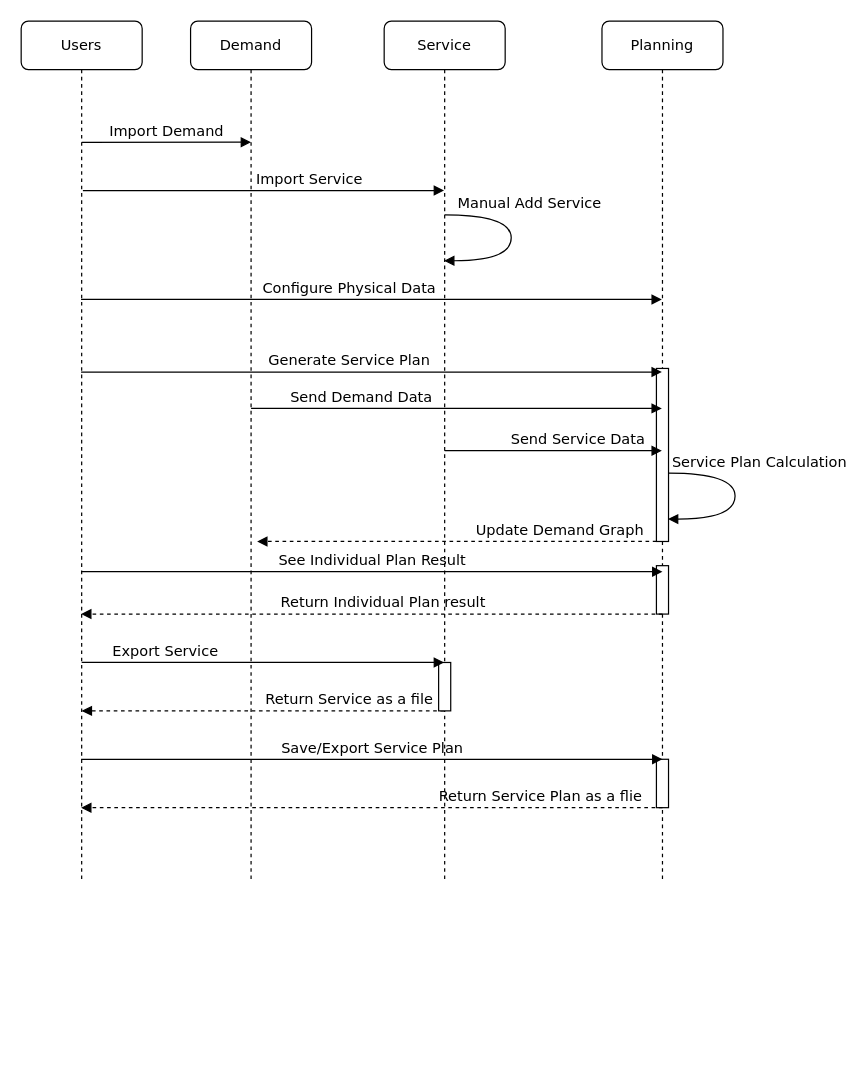
atchapcyp/service_plan_form keeps this draw.io diagram as Service_plan_form/Resources/Untitled Diagram.drawio. Above is the earlier version. Source tidied: cells renumbered, new cells numbered last; positions are measured from the earlier drawing's top-left corner, leaving out a move shared by most shapes. Both pictures are drawn from the tidied source at 121%, with x=0, y=0 at pixel (21, 21).
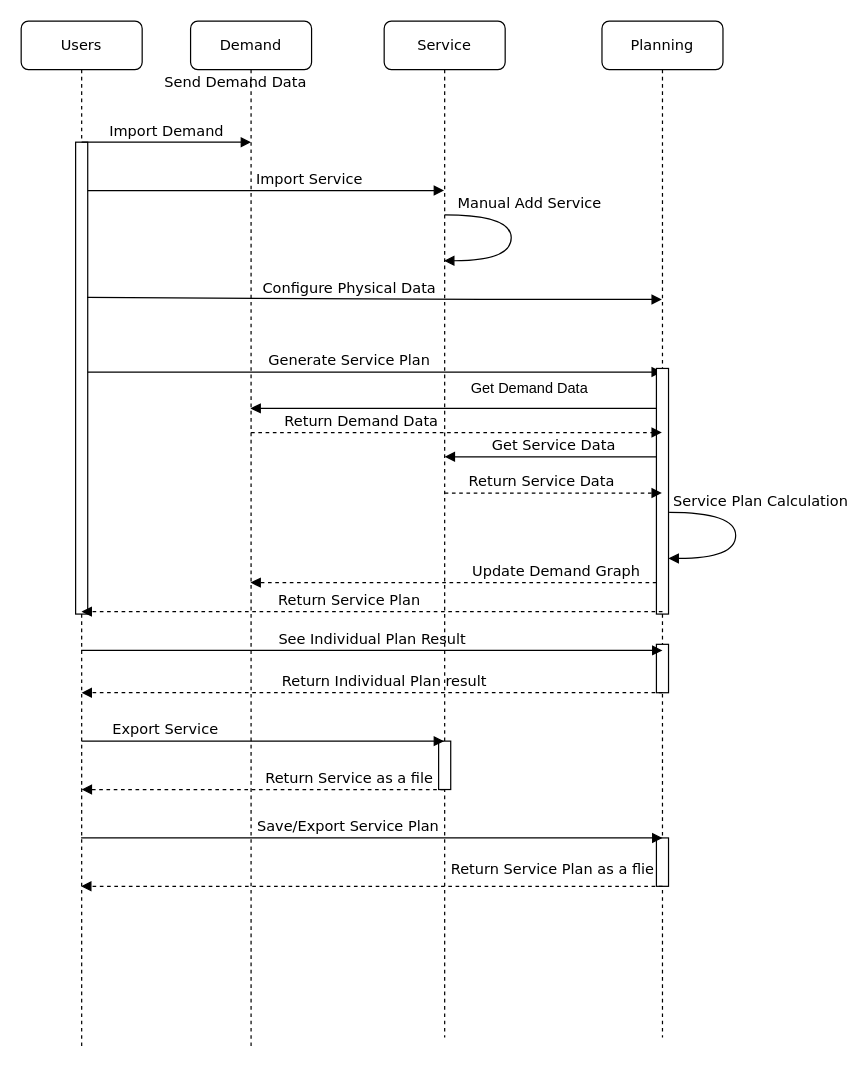
Above is the later version.

The edit, as a diff of the source:
```diff
@@
+    <mxCell id="12" value="Import Service" style="html=1;verticalAlign=bottom;endArrow=block;labelBackgroundColor=none;fontFamily=Verdana;fontSize=12;edgeStyle=elbowEdgeStyle;elbow=vertical;" parent="1" edge="1" target="3">
+      <mxGeometry x="0.25" relative="1" as="geometry">
+        <mxPoint x="51" y="140" as="sourcePoint" />
+      </mxGeometry>
+    </mxCell>
+    <mxCell id="15" value="Generate Service Plan" style="html=1;verticalAlign=bottom;endArrow=block;labelBackgroundColor=none;fontFamily=Verdana;fontSize=12;" parent="1" edge="1" source="8" target="4">
+      <mxGeometry x="0.17" y="-60" relative="1" as="geometry">
+        <Array as="points">
+          <mxPoint x="330" y="290" />
+        </Array>
+        <mxPoint x="-60" y="-60" as="offset" />
+      </mxGeometry>
+    </mxCell>
     <mxCell id="2" value="Demand" style="shape=umlLifeline;perimeter=lifelinePerimeter;whiteSpace=wrap;html=1;outlineConnect=0;rounded=1;shadow=0;comic=0;labelBackgroundColor=none;strokeColor=#000000;strokeWidth=1;fillColor=#FFFFFF;fontFamily=Verdana;fontSize=12;fontColor=#000000;align=center;" parent="1" vertex="1">
-      <mxGeometry x="140" width="100" height="710" as="geometry" />
+      <mxGeometry x="140" width="100" height="850" as="geometry" />
     </mxCell>
     <mxCell id="3" value="Service" style="shape=umlLifeline;perimeter=lifelinePerimeter;whiteSpace=wrap;html=1;outlineConnect=0;rounded=1;shadow=0;comic=0;labelBackgroundColor=none;strokeColor=#000000;strokeWidth=1;fillColor=#FFFFFF;fontFamily=Verdana;fontSize=12;fontColor=#000000;align=center;" parent="1" vertex="1">
-      <mxGeometry x="300" width="100" height="710" as="geometry" />
+      <mxGeometry x="300" width="100" height="840" as="geometry" />
     </mxCell>
     <mxCell id="4" value="Planning" style="shape=umlLifeline;perimeter=lifelinePerimeter;whiteSpace=wrap;html=1;outlineConnect=0;rounded=1;shadow=0;comic=0;labelBackgroundColor=none;strokeColor=#000000;strokeWidth=1;fillColor=#FFFFFF;fontFamily=Verdana;fontSize=12;fontColor=#000000;align=center;" parent="1" vertex="1">
-      <mxGeometry x="480" width="100" height="710" as="geometry" />
+      <mxGeometry x="480" width="100" height="840" as="geometry" />
     </mxCell>
     <mxCell id="5" style="html=1;points=[];perimeter=orthogonalPerimeter;rounded=0;shadow=0;comic=0;labelBackgroundColor=none;strokeColor=#000000;strokeWidth=1;fillColor=#FFFFFF;fontFamily=Verdana;fontSize=12;fontColor=#000000;align=center;" parent="4" vertex="1">
-      <mxGeometry x="45" y="287" width="10" height="143" as="geometry" />
+      <mxGeometry x="45" y="287" width="10" height="203" as="geometry" />
     </mxCell>
     <mxCell id="6" style="html=1;perimeter=orthogonalPerimeter;rounded=0;shadow=0;comic=0;labelBackgroundColor=none;strokeColor=#000000;strokeWidth=1;fillColor=#FFFFFF;fontFamily=Verdana;fontSize=12;fontColor=#000000;align=center;" parent="4" vertex="1">
-      <mxGeometry x="45" y="450" width="10" height="40" as="geometry" />
+      <mxGeometry x="45" y="515" width="10" height="40" as="geometry" />
     </mxCell>
     <mxCell id="7" style="html=1;perimeter=orthogonalPerimeter;rounded=0;shadow=0;comic=0;labelBackgroundColor=none;strokeColor=#000000;strokeWidth=1;fillColor=#FFFFFF;fontFamily=Verdana;fontSize=12;fontColor=#000000;align=center;" parent="4" vertex="1">
-      <mxGeometry x="45" y="610" width="10" height="40" as="geometry" />
+      <mxGeometry x="45" y="675" width="10" height="40" as="geometry" />
     </mxCell>
     <mxCell id="8" value="Users" style="shape=umlLifeline;perimeter=lifelinePerimeter;whiteSpace=wrap;html=1;outlineConnect=0;rounded=1;shadow=0;comic=0;labelBackgroundColor=none;strokeColor=#000000;strokeWidth=1;fillColor=#FFFFFF;fontFamily=Verdana;fontSize=12;fontColor=#000000;align=center;" parent="1" vertex="1">
-      <mxGeometry width="100" height="710" as="geometry" />
+      <mxGeometry width="100" height="850" as="geometry" />
     </mxCell>
+    <mxCell id="25" style="html=1;points=[];perimeter=orthogonalPerimeter;rounded=0;shadow=0;comic=0;labelBackgroundColor=none;strokeColor=#000000;strokeWidth=1;fillColor=#FFFFFF;fontFamily=Verdana;fontSize=12;fontColor=#000000;align=center;" parent="8" vertex="1">
+      <mxGeometry x="45" y="100" width="10" height="390" as="geometry" />
+    </mxCell>
-    <mxCell id="9" value="Send Service Data" style="html=1;verticalAlign=bottom;endArrow=block;labelBackgroundColor=none;fontFamily=Verdana;fontSize=12;edgeStyle=elbowEdgeStyle;elbow=vertical;" parent="1" edge="1" target="4">
-      <mxGeometry x="0.23" relative="1" as="geometry">
-        <mxPoint x="350" y="355" as="sourcePoint" />
+    <mxCell id="9" value="Return Service Data" style="html=1;verticalAlign=bottom;endArrow=block;labelBackgroundColor=none;fontFamily=Verdana;fontSize=12;edgeStyle=elbowEdgeStyle;elbow=vertical;dashed=1;" parent="1" edge="1" target="4">
+      <mxGeometry x="-0.11" relative="1" as="geometry">
+        <mxPoint x="350" y="390" as="sourcePoint" />
         <Array as="points">
+          <mxPoint x="430" y="390" />
+          <mxPoint x="410" y="430" />
           <mxPoint x="390" y="355" />
           <mxPoint x="370" y="340" />
           <mxPoint x="380" y="350" />
           <mxPoint x="380" y="340" />
           <mxPoint x="380" y="355" />
           <mxPoint x="450" y="350" />
           <mxPoint x="420" y="420" />
           <mxPoint x="450" y="240" />
           <mxPoint x="360" y="160" />
         </Array>
       </mxGeometry>
     </mxCell>
-    <mxCell id="10" value="Configure Physical Data" style="html=1;verticalAlign=bottom;endArrow=block;labelBackgroundColor=none;fontFamily=Verdana;fontSize=12;" parent="1" edge="1" source="8" target="4">
+    <mxCell id="10" value="Configure Physical Data" style="html=1;verticalAlign=bottom;endArrow=block;labelBackgroundColor=none;fontFamily=Verdana;fontSize=12;exitX=0.943;exitY=0.329;exitDx=0;exitDy=0;exitPerimeter=0;" parent="1" edge="1" source="25" target="4">
       <mxGeometry x="0.42" y="-120" relative="1" as="geometry">
         <Array as="points">
           <mxPoint x="390" y="230" />
         </Array>
         <mxPoint x="-120" y="-120" as="offset" />
       </mxGeometry>
     </mxCell>
-    <mxCell id="11" value="Import Demand" style="html=1;verticalAlign=bottom;endArrow=block;labelBackgroundColor=none;fontFamily=Verdana;fontSize=12;edgeStyle=elbowEdgeStyle;elbow=vertical;exitX=0.5;exitY=0.141;exitDx=0;exitDy=0;exitPerimeter=0;" parent="1" edge="1" source="8">
+    <mxCell id="11" value="Import Demand" style="html=1;verticalAlign=bottom;endArrow=block;labelBackgroundColor=none;fontFamily=Verdana;fontSize=12;edgeStyle=elbowEdgeStyle;elbow=vertical;" parent="1" edge="1">
       <mxGeometry relative="1" as="geometry">
+        <mxPoint x="50" y="100" as="sourcePoint" />
         <mxPoint x="190" y="100" as="targetPoint" />
       </mxGeometry>
     </mxCell>
-    <mxCell id="12" value="Import Service" style="html=1;verticalAlign=bottom;endArrow=block;labelBackgroundColor=none;fontFamily=Verdana;fontSize=12;edgeStyle=elbowEdgeStyle;elbow=vertical;" parent="1" edge="1" target="3">
-      <mxGeometry x="0.25" relative="1" as="geometry">
-        <mxPoint x="51" y="140" as="sourcePoint" />
-      </mxGeometry>
-    </mxCell>
@@
-    <mxCell id="14" value="Send Demand Data" style="html=1;verticalAlign=bottom;endArrow=block;labelBackgroundColor=none;fontFamily=Verdana;fontSize=12;edgeStyle=elbowEdgeStyle;elbow=vertical;" parent="1" edge="1" target="4">
+    <mxCell id="14" value="Return Demand Data" style="html=1;verticalAlign=bottom;endArrow=block;labelBackgroundColor=none;fontFamily=Verdana;fontSize=12;edgeStyle=elbowEdgeStyle;elbow=vertical;dashed=1;" parent="1" edge="1" target="4">
       <mxGeometry x="0.3" y="-130" relative="1" as="geometry">
-        <mxPoint x="190" y="320" as="sourcePoint" />
+        <mxPoint x="190" y="340" as="sourcePoint" />
         <Array as="points">
-          <mxPoint x="380" y="320" />
+          <mxPoint x="380" y="340" />
           <mxPoint x="410" y="310" />
           <mxPoint x="210" y="390" />
           <mxPoint x="400" y="280" />
         </Array>
         <mxPoint x="-130" y="-130" as="offset" />
       </mxGeometry>
     </mxCell>
-    <mxCell id="15" value="Generate Service Plan" style="html=1;verticalAlign=bottom;endArrow=block;labelBackgroundColor=none;fontFamily=Verdana;fontSize=12;" parent="1" edge="1" source="8" target="4">
-      <mxGeometry x="0.17" y="-60" relative="1" as="geometry">
-        <Array as="points">
-          <mxPoint x="330" y="290" />
-        </Array>
-        <mxPoint x="-60" y="-60" as="offset" />
-      </mxGeometry>
-    </mxCell>
     <mxCell id="16" value="See Individual Plan Result" style="html=1;verticalAlign=bottom;endArrow=block;labelBackgroundColor=none;fontFamily=Verdana;fontSize=12;edgeStyle=elbowEdgeStyle;elbow=vertical;" parent="1" edge="1">
       <mxGeometry relative="1" as="geometry">
-        <mxPoint x="49.5" y="455" as="sourcePoint" />
-        <mxPoint x="530" y="455" as="targetPoint" />
+        <mxPoint x="49.5" y="520" as="sourcePoint" />
+        <mxPoint x="530" y="520" as="targetPoint" />
         <Array as="points">
-          <mxPoint x="430" y="455" />
+          <mxPoint x="430" y="520" />
         </Array>
       </mxGeometry>
     </mxCell>
-    <mxCell id="17" value="Return Individual Plan result" style="html=1;verticalAlign=bottom;endArrow=block;labelBackgroundColor=none;fontFamily=Verdana;fontSize=12;edgeStyle=elbowEdgeStyle;elbow=vertical;dashed=1;" parent="1" edge="1" target="8">
+    <mxCell id="17" value="Return Individual Plan result" style="html=1;verticalAlign=bottom;endArrow=block;labelBackgroundColor=none;fontFamily=Verdana;fontSize=12;edgeStyle=elbowEdgeStyle;elbow=vertical;dashed=1;" parent="1" edge="1">
       <mxGeometry x="-0.04" relative="1" as="geometry">
-        <mxPoint x="530" y="490" as="sourcePoint" />
+        <mxPoint x="530" y="555" as="sourcePoint" />
+        <mxPoint x="49.9" y="555" as="targetPoint" />
         <Array as="points">
-          <mxPoint x="130" y="490" />
-          <mxPoint x="310.5" y="480" />
-          <mxPoint x="310.5" y="610" />
-          <mxPoint x="320.5" y="570" />
+          <mxPoint x="130" y="555" />
+          <mxPoint x="310.5" y="545" />
+          <mxPoint x="310.5" y="675" />
+          <mxPoint x="320.5" y="635" />
         </Array>
       </mxGeometry>
     </mxCell>
     <mxCell id="18" value="Return Service as a file" style="html=1;verticalAlign=bottom;endArrow=block;labelBackgroundColor=none;fontFamily=Verdana;fontSize=12;edgeStyle=elbowEdgeStyle;elbow=vertical;dashed=1;" parent="1" edge="1">
       <mxGeometry y="-70" relative="1" as="geometry">
-        <mxPoint x="349.5" y="570" as="sourcePoint" />
-        <mxPoint x="50" y="570" as="targetPoint" />
+        <mxPoint x="349.5" y="635" as="sourcePoint" />
+        <mxPoint x="50" y="635" as="targetPoint" />
         <mxPoint x="71" y="70" as="offset" />
       </mxGeometry>
     </mxCell>
-    <mxCell id="19" value="Update Demand Graph" style="html=1;verticalAlign=bottom;endArrow=block;labelBackgroundColor=none;fontFamily=Verdana;fontSize=12;edgeStyle=elbowEdgeStyle;elbow=vertical;dashed=1;" parent="1" edge="1">
+    <mxCell id="19" value="Update Demand Graph" style="html=1;verticalAlign=bottom;endArrow=block;labelBackgroundColor=none;fontFamily=Verdana;fontSize=12;edgeStyle=elbowEdgeStyle;elbow=vertical;dashed=1;" parent="1" edge="1" target="2">
       <mxGeometry y="-85" relative="1" as="geometry">
-        <mxPoint x="525" y="430" as="sourcePoint" />
-        <mxPoint x="195" y="430" as="targetPoint" />
+        <mxPoint x="525" y="464" as="sourcePoint" />
         <mxPoint x="85" y="85" as="offset" />
       </mxGeometry>
     </mxCell>
     <mxCell id="20" value="Save/Export Service Plan" style="html=1;verticalAlign=bottom;endArrow=block;labelBackgroundColor=none;fontFamily=Verdana;fontSize=12;edgeStyle=elbowEdgeStyle;elbow=vertical;" parent="1" edge="1">
-      <mxGeometry relative="1" as="geometry">
-        <mxPoint x="49.5" y="610" as="sourcePoint" />
-        <mxPoint x="530" y="610" as="targetPoint" />
+      <mxGeometry x="0.58" y="-160" relative="1" as="geometry">
+        <mxPoint x="49.5" y="675" as="sourcePoint" />
+        <mxPoint x="530" y="675" as="targetPoint" />
         <Array as="points">
-          <mxPoint x="430" y="610" />
+          <mxPoint x="430" y="675" />
         </Array>
+        <mxPoint x="-160" y="-160" as="offset" />
       </mxGeometry>
     </mxCell>
     <mxCell id="21" value="Service Plan Calculation" style="html=1;verticalAlign=bottom;endArrow=block;labelBackgroundColor=none;fontFamily=Verdana;fontSize=12;elbow=vertical;edgeStyle=orthogonalEdgeStyle;curved=1;exitX=1.038;exitY=0.345;exitPerimeter=0;" parent="1" edge="1">
       <mxGeometry x="-0.26" y="20" relative="1" as="geometry">
-        <mxPoint x="535" y="373.5" as="sourcePoint" />
-        <mxPoint x="534.5" y="411.5" as="targetPoint" />
+        <mxPoint x="535.5" y="406" as="sourcePoint" />
+        <mxPoint x="535" y="444" as="targetPoint" />
         <Array as="points">
-          <mxPoint x="590" y="373.5" />
-          <mxPoint x="590" y="411.5" />
+          <mxPoint x="590.5" y="406" />
+          <mxPoint x="590.5" y="444" />
         </Array>
       </mxGeometry>
     </mxCell>
     <mxCell id="22" style="html=1;perimeter=orthogonalPerimeter;rounded=0;shadow=0;comic=0;labelBackgroundColor=none;strokeColor=#000000;strokeWidth=1;fillColor=#FFFFFF;fontFamily=Verdana;fontSize=12;fontColor=#000000;align=center;" parent="1" vertex="1">
-      <mxGeometry x="345" y="530" width="10" height="40" as="geometry" />
+      <mxGeometry x="345" y="595" width="10" height="40" as="geometry" />
     </mxCell>
-    <mxCell id="23" value="Export Service" style="html=1;verticalAlign=bottom;endArrow=block;labelBackgroundColor=none;fontFamily=Verdana;fontSize=12;edgeStyle=elbowEdgeStyle;elbow=vertical;" parent="1" edge="1" target="3">
+    <mxCell id="23" value="Export Service" style="html=1;verticalAlign=bottom;endArrow=block;labelBackgroundColor=none;fontFamily=Verdana;fontSize=12;edgeStyle=elbowEdgeStyle;elbow=vertical;" parent="1" edge="1">
       <mxGeometry x="-0.17" y="-55" relative="1" as="geometry">
-        <mxPoint x="50" y="530" as="sourcePoint" />
+        <mxPoint x="50" y="595" as="sourcePoint" />
+        <mxPoint x="349.5" y="594.9" as="targetPoint" />
         <mxPoint x="-55" y="-55" as="offset" />
       </mxGeometry>
     </mxCell>
     <mxCell id="24" value="Return Service Plan as a flie" style="html=1;verticalAlign=bottom;endArrow=block;labelBackgroundColor=none;fontFamily=Verdana;fontSize=12;edgeStyle=elbowEdgeStyle;elbow=vertical;dashed=1;" parent="1" edge="1">
-      <mxGeometry x="-0.58" relative="1" as="geometry">
-        <mxPoint x="530" y="650" as="sourcePoint" />
-        <mxPoint x="49.5" y="650" as="targetPoint" />
+      <mxGeometry x="-0.58" y="-11" relative="1" as="geometry">
+        <mxPoint x="530" y="715" as="sourcePoint" />
+        <mxPoint x="49.5" y="715" as="targetPoint" />
         <Array as="points">
-          <mxPoint x="430" y="650" />
+          <mxPoint x="430" y="715" />
         </Array>
+        <mxPoint x="10" y="6" as="offset" />
       </mxGeometry>
     </mxCell>
+    <mxCell id="26" value="Get Service Data" style="html=1;verticalAlign=bottom;endArrow=block;labelBackgroundColor=none;fontFamily=Verdana;fontSize=12;edgeStyle=elbowEdgeStyle;elbow=vertical;" parent="1" edge="1" source="5">
+      <mxGeometry x="-0.03" relative="1" as="geometry">
+        <mxPoint x="350" y="360" as="targetPoint" />
+        <Array as="points">
+          <mxPoint x="380" y="360" />
+          <mxPoint x="440" y="410" />
+          <mxPoint x="500" y="250" />
+          <mxPoint x="470" y="430" />
+          <mxPoint x="500" y="360" />
+          <mxPoint x="430" y="365" />
+          <mxPoint x="430" y="350" />
+          <mxPoint x="430" y="360" />
+          <mxPoint x="420" y="350" />
+          <mxPoint x="440" y="365" />
+          <mxPoint x="460" y="440" />
+        </Array>
+      </mxGeometry>
+    </mxCell>
+    <mxCell id="27" value="Send Demand Data" style="html=1;verticalAlign=bottom;endArrow=block;labelBackgroundColor=none;fontFamily=Verdana;fontSize=12;edgeStyle=elbowEdgeStyle;elbow=vertical;" parent="1" edge="1" source="5" target="2">
+      <mxGeometry x="0.3" y="-130" relative="1" as="geometry">
+        <Array as="points">
+          <mxPoint x="310" y="320" />
+          <mxPoint x="410" y="310" />
+          <mxPoint x="220" y="420" />
+          <mxPoint x="420" y="340" />
+          <mxPoint x="390" y="350" />
+        </Array>
+        <mxPoint x="-130" y="-130" as="offset" />
+      </mxGeometry>
+    </mxCell>
+    <mxCell id="28" value="Get Demand Data" style="text;html=1;" parent="1" vertex="1">
+      <mxGeometry x="370" y="290" width="140" height="30" as="geometry" />
+    </mxCell>
+    <mxCell id="29" value="Return Service Plan" style="html=1;verticalAlign=bottom;endArrow=block;labelBackgroundColor=none;fontFamily=Verdana;fontSize=12;edgeStyle=elbowEdgeStyle;elbow=vertical;dashed=1;" parent="1" edge="1">
+      <mxGeometry x="0.08" relative="1" as="geometry">
+        <mxPoint x="530" y="488" as="sourcePoint" />
+        <mxPoint x="49.9" y="487.9" as="targetPoint" />
+      </mxGeometry>
+    </mxCell>
```
